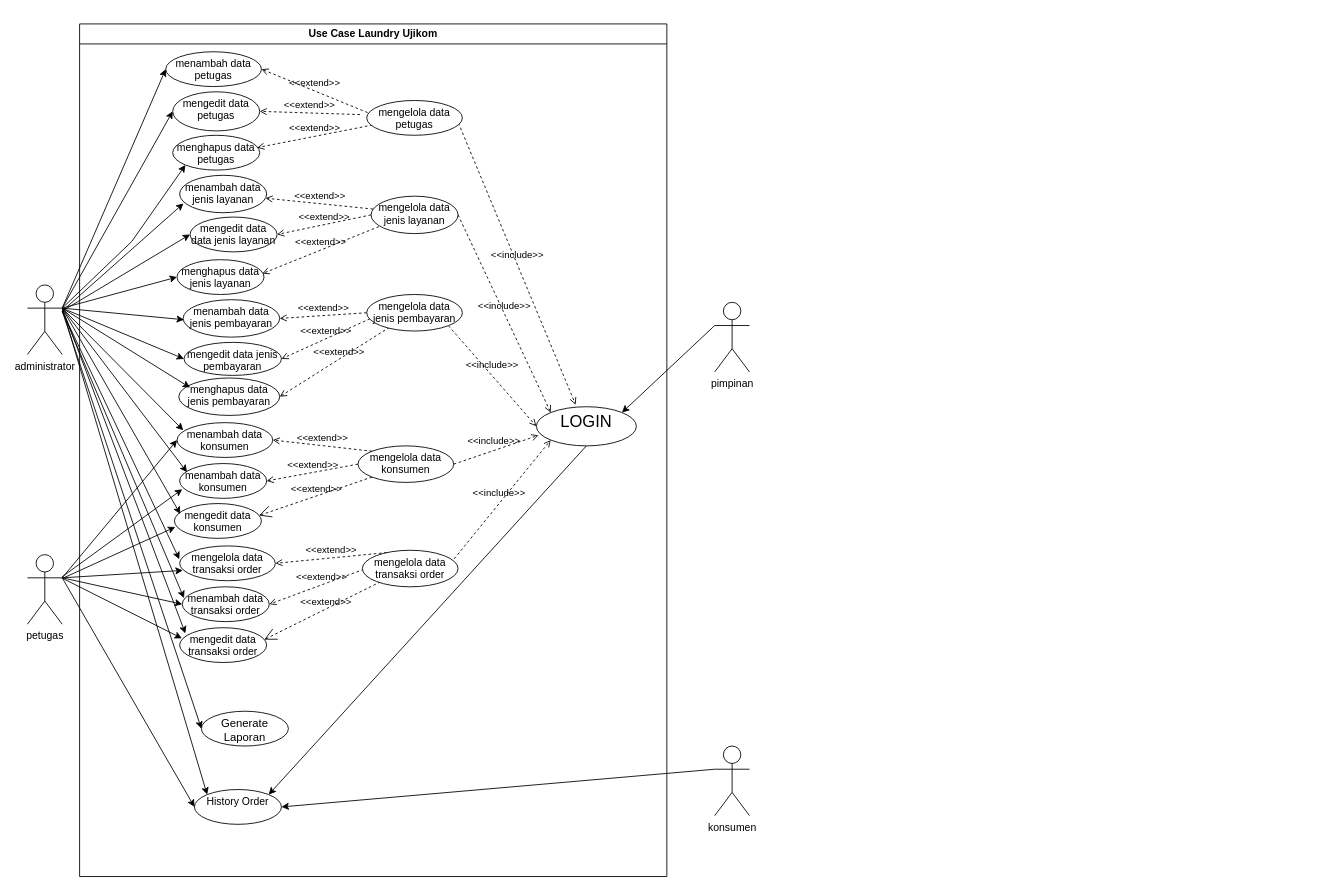
Before: page "Usecase" (5 of 6) of Desain Ujikom.drawio in alditasptnsr/ujikom_aldita, a draw.io diagram. Source tidied: cells renumbered, new cells numbered last; positions are measured from the earlier drawing's top-left corner, leaving out a move shared by most shapes. Both pictures are drawn from the tidied source at 87%, with x=0, y=0 at pixel (27, 23).
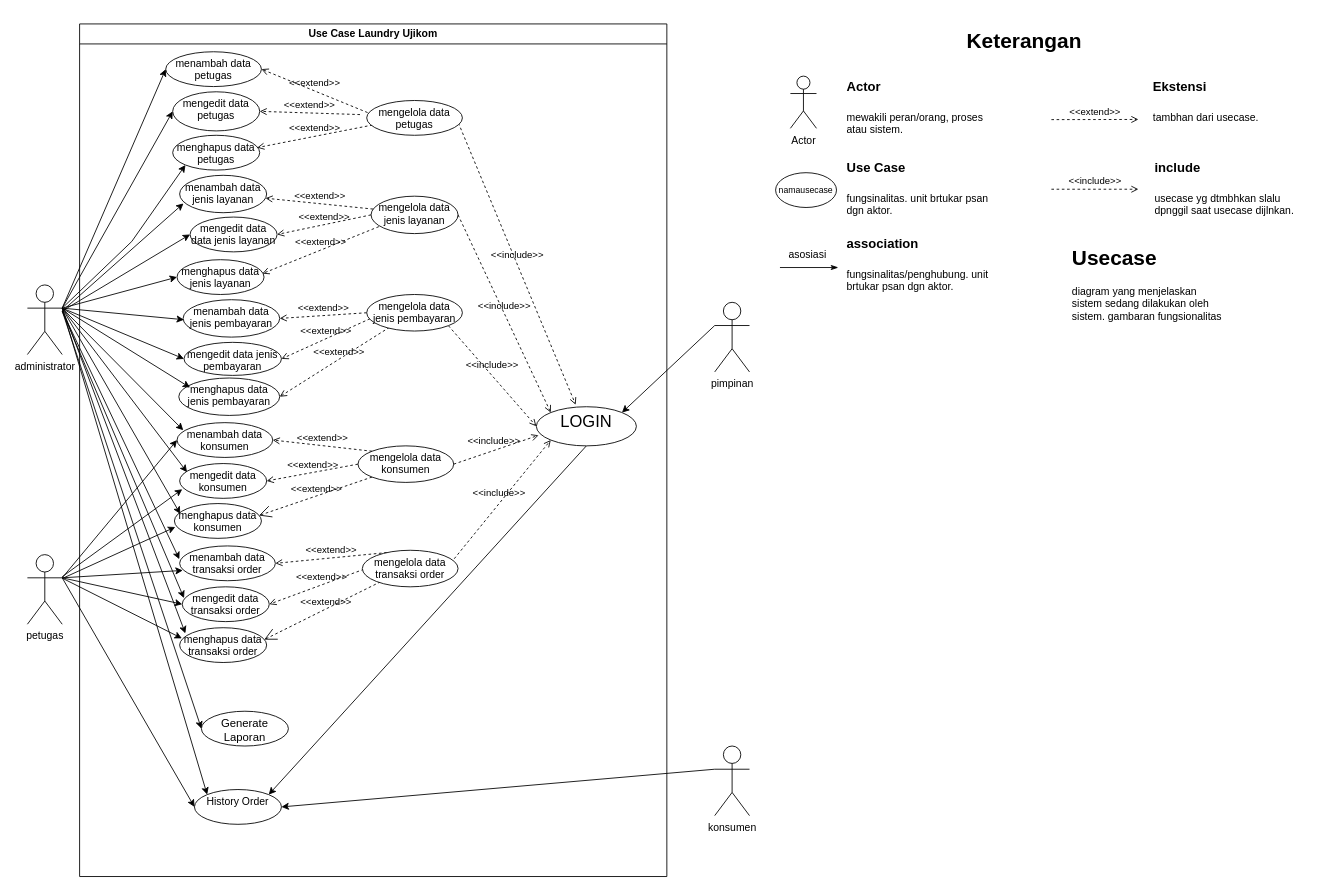
The same diagram, later.

Unchanged cells that the change refers to:
```xml
<mxCell id="2" value="Use Case Laundry Ujikom" style="swimlane;whiteSpace=wrap;html=1;" parent="1" vertex="1">
  <mxGeometry x="60" width="675" height="980" as="geometry" />
</mxCell>
```

Change to the diagram source:
```diff
@@
-    <mxCell id="9" value="menambah data konsumen" style="ellipse;whiteSpace=wrap;html=1;verticalAlign=top;" parent="2" vertex="1">
+    <mxCell id="9" value="mengedit data konsumen" style="ellipse;whiteSpace=wrap;html=1;verticalAlign=top;" parent="2" vertex="1">
       <mxGeometry x="115" y="505.3" width="100" height="40" as="geometry" />
     </mxCell>
@@
-    <mxCell id="12" value="mengedit data konsumen" style="ellipse;whiteSpace=wrap;html=1;verticalAlign=top;" parent="2" vertex="1">
+    <mxCell id="12" value="menghapus data konsumen" style="ellipse;whiteSpace=wrap;html=1;verticalAlign=top;" parent="2" vertex="1">
       <mxGeometry x="109" y="551.3" width="100" height="40" as="geometry" />
     </mxCell>
@@
-    <mxCell id="39" value="mengelola data transaksi order" style="ellipse;whiteSpace=wrap;html=1;verticalAlign=top;" parent="2" vertex="1">
+    <mxCell id="39" value="menambah data transaksi order" style="ellipse;whiteSpace=wrap;html=1;verticalAlign=top;" parent="2" vertex="1">
       <mxGeometry x="115" y="600" width="110" height="40" as="geometry" />
     </mxCell>
-    <mxCell id="40" value="menambah data transaksi order" style="ellipse;whiteSpace=wrap;html=1;verticalAlign=top;" parent="2" vertex="1">
+    <mxCell id="40" value="mengedit data transaksi order" style="ellipse;whiteSpace=wrap;html=1;verticalAlign=top;" parent="2" vertex="1">
       <mxGeometry x="118" y="647" width="100" height="40" as="geometry" />
     </mxCell>
-    <mxCell id="41" value="mengedit data transaksi order" style="ellipse;whiteSpace=wrap;html=1;verticalAlign=top;" parent="2" vertex="1">
+    <mxCell id="41" value="menghapus data transaksi order" style="ellipse;whiteSpace=wrap;html=1;verticalAlign=top;" parent="2" vertex="1">
       <mxGeometry x="115" y="694" width="100" height="40" as="geometry" />
     </mxCell>
@@
+    <mxCell id="77" value="Actor" style="shape=umlActor;verticalLabelPosition=bottom;verticalAlign=top;html=1;" parent="1" vertex="1">
+      <mxGeometry x="877" y="60" width="30" height="60" as="geometry" />
+    </mxCell>
+    <mxCell id="78" value="&lt;h1&gt;&lt;font style=&quot;font-size: 24px;&quot;&gt;Keterangan&lt;/font&gt;&lt;/h1&gt;" style="text;html=1;strokeColor=none;fillColor=none;align=center;verticalAlign=middle;whiteSpace=wrap;rounded=0;" parent="1" vertex="1">
+      <mxGeometry x="1036" y="-10" width="220" height="60" as="geometry" />
+    </mxCell>
+    <mxCell id="79" value="&lt;h1&gt;&lt;font style=&quot;font-size: 15px;&quot;&gt;Actor&lt;/font&gt;&lt;/h1&gt;&lt;div&gt;mewakili peran/orang, proses atau sistem.&lt;/div&gt;" style="text;html=1;strokeColor=none;fillColor=none;spacing=5;spacingTop=-20;whiteSpace=wrap;overflow=hidden;rounded=0;" parent="1" vertex="1">
+      <mxGeometry x="937" y="50" width="190" height="120" as="geometry" />
+    </mxCell>
+    <mxCell id="80" style="ellipse;whiteSpace=wrap;html=1;" parent="1" vertex="1">
+      <mxGeometry x="860" y="171" width="70" height="40" as="geometry" />
+    </mxCell>
+    <mxCell id="81" value="&lt;h1&gt;&lt;font style=&quot;font-size: 15px;&quot;&gt;Use Case&lt;/font&gt;&lt;/h1&gt;&lt;div&gt;fungsinalitas. unit brtukar psan dgn aktor.&lt;/div&gt;" style="text;html=1;strokeColor=none;fillColor=none;spacing=5;spacingTop=-20;whiteSpace=wrap;overflow=hidden;rounded=0;" parent="1" vertex="1">
+      <mxGeometry x="937" y="143" width="190" height="120" as="geometry" />
+    </mxCell>
+    <mxCell id="82" value="&lt;font style=&quot;font-size: 10px;&quot;&gt;namausecase&lt;/font&gt;" style="text;html=1;strokeColor=none;fillColor=none;align=center;verticalAlign=middle;whiteSpace=wrap;rounded=0;" parent="1" vertex="1">
+      <mxGeometry x="865" y="176" width="60" height="30" as="geometry" />
+    </mxCell>
+    <mxCell id="83" style="endArrow=classicThin;html=1;rounded=0;endFill=1;" parent="1" edge="1">
+      <mxGeometry relative="1" as="geometry">
+        <mxPoint x="865" y="280" as="sourcePoint" />
+        <mxPoint x="932" y="280" as="targetPoint" />
+      </mxGeometry>
+    </mxCell>
+    <mxCell id="84" value="asosiasi" style="text;html=1;strokeColor=none;fillColor=none;align=center;verticalAlign=middle;whiteSpace=wrap;rounded=0;" parent="1" vertex="1">
+      <mxGeometry x="867" y="250" width="60" height="30" as="geometry" />
+    </mxCell>
+    <mxCell id="85" value="&lt;h1&gt;&lt;font style=&quot;font-size: 15px;&quot;&gt;association&lt;/font&gt;&lt;/h1&gt;&lt;div&gt;fungsinalitas/penghubung. unit brtukar psan dgn aktor.&lt;/div&gt;" style="text;html=1;strokeColor=none;fillColor=none;spacing=5;spacingTop=-20;whiteSpace=wrap;overflow=hidden;rounded=0;" parent="1" vertex="1">
+      <mxGeometry x="937" y="230" width="190" height="120" as="geometry" />
+    </mxCell>
+    <mxCell id="86" value="&amp;lt;&amp;lt;extend&amp;gt;&amp;gt;" style="html=1;verticalAlign=bottom;labelBackgroundColor=none;endArrow=open;endFill=0;dashed=1;rounded=0;" parent="1" edge="1">
+      <mxGeometry relative="1" as="geometry">
+        <mxPoint x="1177" y="110" as="sourcePoint" />
+        <mxPoint x="1277" y="109.8" as="targetPoint" />
+      </mxGeometry>
+    </mxCell>
+    <mxCell id="87" value="&lt;h1&gt;&lt;font style=&quot;font-size: 15px;&quot;&gt;Ekstensi&lt;/font&gt;&lt;/h1&gt;&lt;div&gt;tambhan dari usecase.&lt;/div&gt;" style="text;html=1;strokeColor=none;fillColor=none;spacing=5;spacingTop=-20;whiteSpace=wrap;overflow=hidden;rounded=0;" parent="1" vertex="1">
+      <mxGeometry x="1289" y="50" width="190" height="120" as="geometry" />
+    </mxCell>
+    <mxCell id="88" value="&amp;lt;&amp;lt;include&amp;gt;&amp;gt;" style="html=1;verticalAlign=bottom;labelBackgroundColor=none;endArrow=open;endFill=0;dashed=1;rounded=0;" parent="1" edge="1">
+      <mxGeometry relative="1" as="geometry">
+        <mxPoint x="1177" y="190" as="sourcePoint" />
+        <mxPoint x="1277" y="190" as="targetPoint" />
+      </mxGeometry>
+    </mxCell>
+    <mxCell id="89" value="&lt;h1&gt;&lt;font style=&quot;font-size: 15px;&quot;&gt;include&lt;/font&gt;&lt;/h1&gt;&lt;div&gt;usecase yg dtmbhkan slalu dpnggil saat usecase dijlnkan.&lt;/div&gt;" style="text;html=1;strokeColor=none;fillColor=none;spacing=5;spacingTop=-20;whiteSpace=wrap;overflow=hidden;rounded=0;" parent="1" vertex="1">
+      <mxGeometry x="1291" y="143" width="190" height="120" as="geometry" />
+    </mxCell>
+    <mxCell id="90" value="&lt;h1&gt;Usecase&lt;/h1&gt;&lt;p&gt;diagram yang menjelaskan&amp;nbsp; sistem sedang dilakukan oleh sistem. gambaran fungsionalitas&lt;/p&gt;" style="text;html=1;strokeColor=none;fillColor=none;spacing=5;spacingTop=-20;whiteSpace=wrap;overflow=hidden;rounded=0;" parent="1" vertex="1">
+      <mxGeometry x="1196" y="250" width="190" height="120" as="geometry" />
+    </mxCell>
```
